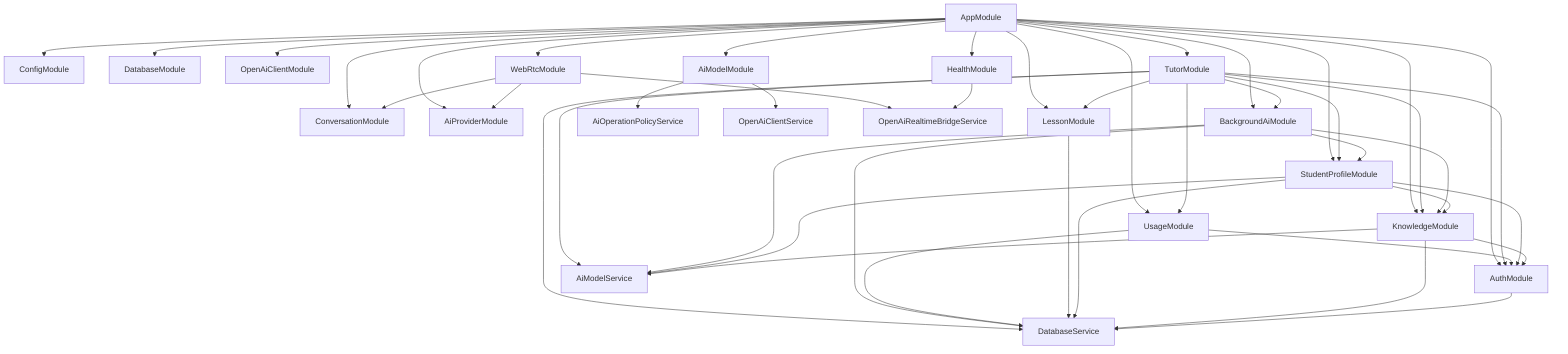
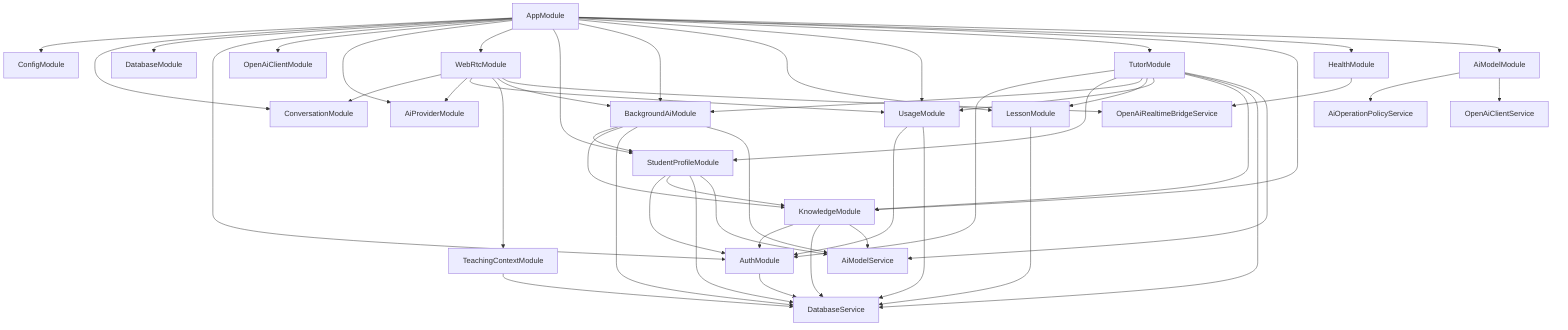
flowchart TB
  AppModule[AppModule] --> Config[ConfigModule]
  AppModule --> Conversation[ConversationModule]
  AppModule --> Database[DatabaseModule]
  AppModule --> Auth[AuthModule]
  AppModule --> OpenAI[OpenAiClientModule]
  AppModule --> Providers[AiProviderModule]
  AppModule --> WebRTC[WebRtcModule]
  AppModule --> StudentProfile[StudentProfileModule]
  AppModule --> BackgroundAI[BackgroundAiModule]
  AppModule --> Lesson[LessonModule]
  AppModule --> Usage[UsageModule]
  AppModule --> Tutor[TutorModule]
  AppModule --> Knowledge[KnowledgeModule]
  AppModule --> Health[HealthModule]
  AppModule --> ModelProvider[AiModelModule]
+   TeachingContext[TeachingContextModule]

  Tutor --> Auth
  Tutor --> StudentProfile
  Tutor --> BackgroundAI
  Tutor --> Lesson
  Tutor --> Usage
  Tutor --> Knowledge
  Tutor --> DatabaseService[DatabaseService]
  Tutor --> ModelService[AiModelService]

  BackgroundAI --> StudentProfile
  BackgroundAI --> Knowledge
  BackgroundAI --> DatabaseService
  BackgroundAI --> ModelService

  Usage --> Auth
  Usage --> DatabaseService

  Lesson --> DatabaseService

  StudentProfile --> Auth
  StudentProfile --> Knowledge
  StudentProfile --> DatabaseService
  StudentProfile --> ModelService

  Knowledge --> Auth
  Knowledge --> DatabaseService
  Knowledge --> ModelService

  ModelProvider --> ModelPolicy[AiOperationPolicyService]
  ModelProvider --> OpenAIClient[OpenAiClientService]

  WebRTC --> Conversation
  WebRTC --> Providers
+   WebRTC --> Usage
+   WebRTC --> TeachingContext
+   WebRTC --> BackgroundAI
  WebRTC --> OpenAIRealtimeBridge[OpenAiRealtimeBridgeService]
+ 
+   TeachingContext --> DatabaseService

  Health --> OpenAIRealtimeBridge
  Auth --> DatabaseService
